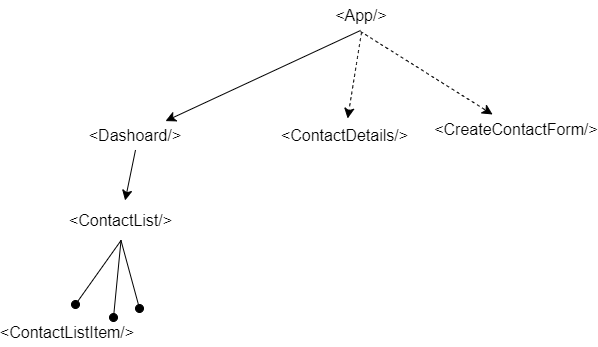
boolean-uk/react-address-book-part-1 keeps this draw.io diagram as component-tree.drawio.png. Above is the earlier version. Source tidied: cells renumbered, new cells last; positions are measured from the earlier drawing's top-left corner, leaving out a move shared by most shapes.
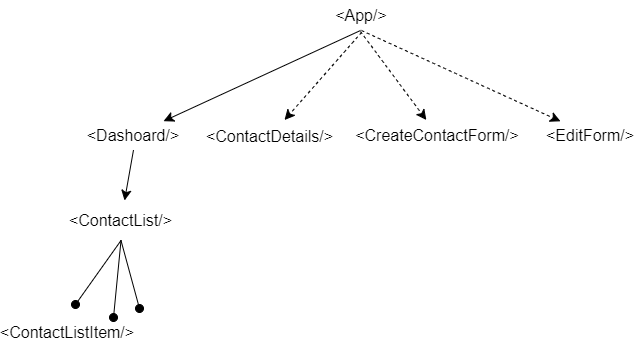
The same diagram one commit later.

Change to the diagram source:
```diff
@@ -8,7 +8,7 @@
       </mxGeometry>
     </mxCell>
     <mxCell id="3" value="&amp;lt;ContactDetails/&amp;gt;" style="text;html=1;align=center;verticalAlign=middle;whiteSpace=wrap;rounded=0;fontSize=16;" parent="1" vertex="1">
-      <mxGeometry x="267" y="118" width="81" height="33" as="geometry" />
+      <mxGeometry x="192" y="119.5" width="81" height="33" as="geometry" />
     </mxCell>
     <mxCell id="4" style="endArrow=classic;html=1;rounded=0;fontSize=12;startSize=8;endSize=8;curved=1;" parent="1" edge="1" target="13">
       <mxGeometry relative="1" as="geometry">
@@ -24,7 +24,7 @@
       </mxGeometry>
     </mxCell>
     <mxCell id="7" value="&amp;lt;CreateContactForm/&amp;gt;" style="text;html=1;align=center;verticalAlign=middle;whiteSpace=wrap;rounded=0;fontSize=16;" parent="1" vertex="1">
-      <mxGeometry x="449" y="114" width="60" height="30" as="geometry" />
+      <mxGeometry x="370" y="119.5" width="60" height="30" as="geometry" />
     </mxCell>
     <mxCell id="8" value="&amp;lt;App/&amp;gt;" style="text;html=1;align=center;verticalAlign=middle;whiteSpace=wrap;rounded=0;fontSize=16;" parent="1" vertex="1">
       <mxGeometry x="294" width="60" height="30" as="geometry" />
@@ -48,10 +48,16 @@
       <mxGeometry y="317" width="60" height="30" as="geometry" />
     </mxCell>
     <mxCell id="13" value="&amp;lt;Dashoard/&amp;gt;" style="text;html=1;align=center;verticalAlign=middle;whiteSpace=wrap;rounded=0;fontSize=16;" parent="1" vertex="1">
-      <mxGeometry x="68" y="119.5" width="60" height="30" as="geometry" />
+      <mxGeometry x="66" y="119.5" width="60" height="30" as="geometry" />
     </mxCell>
     <mxCell id="14" style="endArrow=classic;html=1;rounded=0;fontSize=12;startSize=8;endSize=8;curved=1;exitX=0.5;exitY=1;exitDx=0;exitDy=0;" parent="1" edge="1" source="13" target="5">
       <mxGeometry relative="1" as="geometry" />
     </mxCell>
+    <mxCell id="15" style="endArrow=classic;html=1;rounded=0;fontSize=12;startSize=8;endSize=8;curved=1;dashed=1;exitX=0.5;exitY=1;exitDx=0;exitDy=0;" parent="1" edge="1" source="8" target="16">
+      <mxGeometry relative="1" as="geometry" />
+    </mxCell>
+    <mxCell id="16" value="&amp;lt;EditForm/&amp;gt;" style="text;html=1;align=center;verticalAlign=middle;whiteSpace=wrap;rounded=0;fontSize=16;" parent="1" vertex="1">
+      <mxGeometry x="523" y="119.5" width="60" height="30" as="geometry" />
+    </mxCell>
   </root>
 </mxGraphModel>
```
